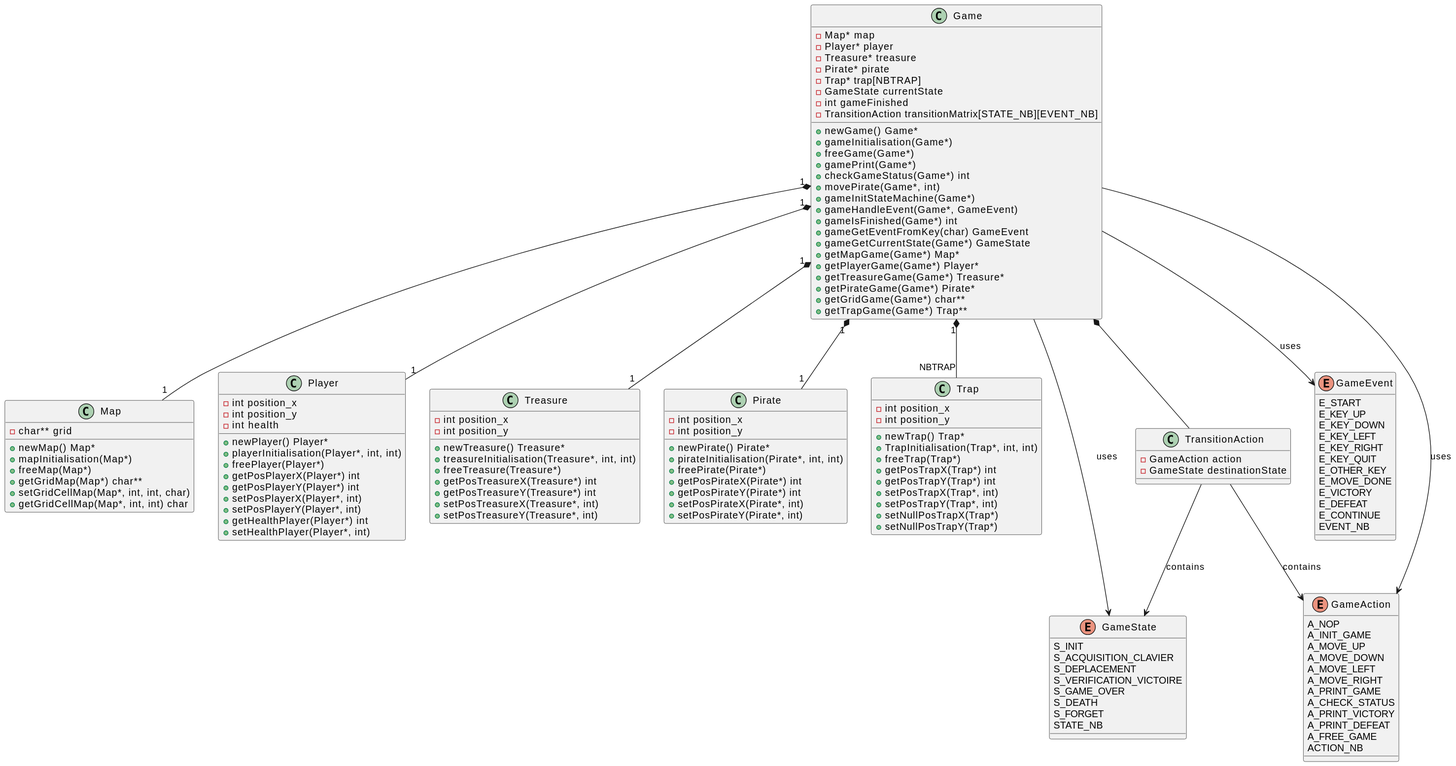
This is doc/html/diagramm_class.svg from Joysn4ke/ProjetCS8, a PlantUML export, as it was before one commit. Its diagram source:
```plantuml
@startuml
class Game {
  -Map* map
  -Player* player
  -Treasure* treasure
  -Pirate* pirate
  -Trap* trap[NBTRAP]
  -GameState currentState
  -int gameFinished
  -TransitionAction transitionMatrix[STATE_NB][EVENT_NB]
  +newGame() Game*
  +gameInitialisation(Game*)
  +freeGame(Game*)
  +gamePrint(Game*)
  +checkGameStatus(Game*) int
  +movePirate(Game*, int)
  +gameInitStateMachine(Game*)
  +gameHandleEvent(Game*, GameEvent)
  +gameIsFinished(Game*) int
  +gameGetEventFromKey(char) GameEvent
  +gameGetCurrentState(Game*) GameState
  +getMapGame(Game*) Map*
  +getPlayerGame(Game*) Player*
  +getTreasureGame(Game*) Treasure*
  +getPirateGame(Game*) Pirate*
  +getGridGame(Game*) char**
  +getTrapGame(Game*) Trap**
}

class Map {
  -char** grid
  +newMap() Map*
  +mapInitialisation(Map*)
  +freeMap(Map*)
  +getGridMap(Map*) char**
  +setGridCellMap(Map*, int, int, char)
  +getGridCellMap(Map*, int, int) char
}

class Player {
  -int position_x
  -int position_y
  -int health
  +newPlayer() Player*
  +playerInitialisation(Player*, int, int)
  +freePlayer(Player*)
  +getPosPlayerX(Player*) int
  +getPosPlayerY(Player*) int
  +setPosPlayerX(Player*, int)
  +setPosPlayerY(Player*, int)
  +getHealthPlayer(Player*) int
  +setHealthPlayer(Player*, int)
}

class Treasure {
  -int position_x
  -int position_y
  +newTreasure() Treasure*
  +treasureInitialisation(Treasure*, int, int)
  +freeTreasure(Treasure*)
  +getPosTreasureX(Treasure*) int
  +getPosTreasureY(Treasure*) int
  +setPosTreasureX(Treasure*, int)
  +setPosTreasureY(Treasure*, int)
}

class Pirate {
  -int position_x
  -int position_y
  +newPirate() Pirate*
  +pirateInitialisation(Pirate*, int, int)
  +freePirate(Pirate*)
  +getPosPirateX(Pirate*) int
  +getPosPirateY(Pirate*) int
  +setPosPirateX(Pirate*, int)
  +setPosPirateY(Pirate*, int)
}

class Trap {
  -int position_x
  -int position_y
  +newTrap() Trap*
  +TrapInitialisation(Trap*, int, int)
  +freeTrap(Trap*)
  +getPosTrapX(Trap*) int
  +getPosTrapY(Trap*) int
  +setPosTrapX(Trap*, int)
  +setPosTrapY(Trap*, int)
  +setNullPosTrapX(Trap*)
  +setNullPosTrapY(Trap*)
}

class TransitionAction {
  -GameAction action
  -GameState destinationState
}

enum GameState {
  S_INIT
  S_ACQUISITION_CLAVIER
  S_DEPLACEMENT
  S_VERIFICATION_VICTOIRE
  S_GAME_OVER
  S_DEATH
  S_FORGET
  STATE_NB
}

enum GameEvent {
  E_START
  E_KEY_UP
  E_KEY_DOWN
  E_KEY_LEFT
  E_KEY_RIGHT
  E_KEY_QUIT
  E_OTHER_KEY
  E_MOVE_DONE
  E_VICTORY
  E_DEFEAT
  E_CONTINUE
  EVENT_NB
}

enum GameAction {
  A_NOP
  A_INIT_GAME
  A_MOVE_UP
  A_MOVE_DOWN
  A_MOVE_LEFT
  A_MOVE_RIGHT
  A_PRINT_GAME
  A_CHECK_STATUS
  A_PRINT_VICTORY
  A_PRINT_DEFEAT
  A_FREE_GAME
  ACTION_NB
}

Game "1" *-- "1" Map
Game "1" *-- "1" Player
Game "1" *-- "1" Treasure
Game "1" *-- "1" Pirate
Game "1" *-- "NBTRAP" Trap
Game *-- TransitionAction

Game --> GameState : uses
Game --> GameEvent : uses
Game --> GameAction : uses
TransitionAction --> GameAction : contains
TransitionAction --> GameState : contains
@enduml
```
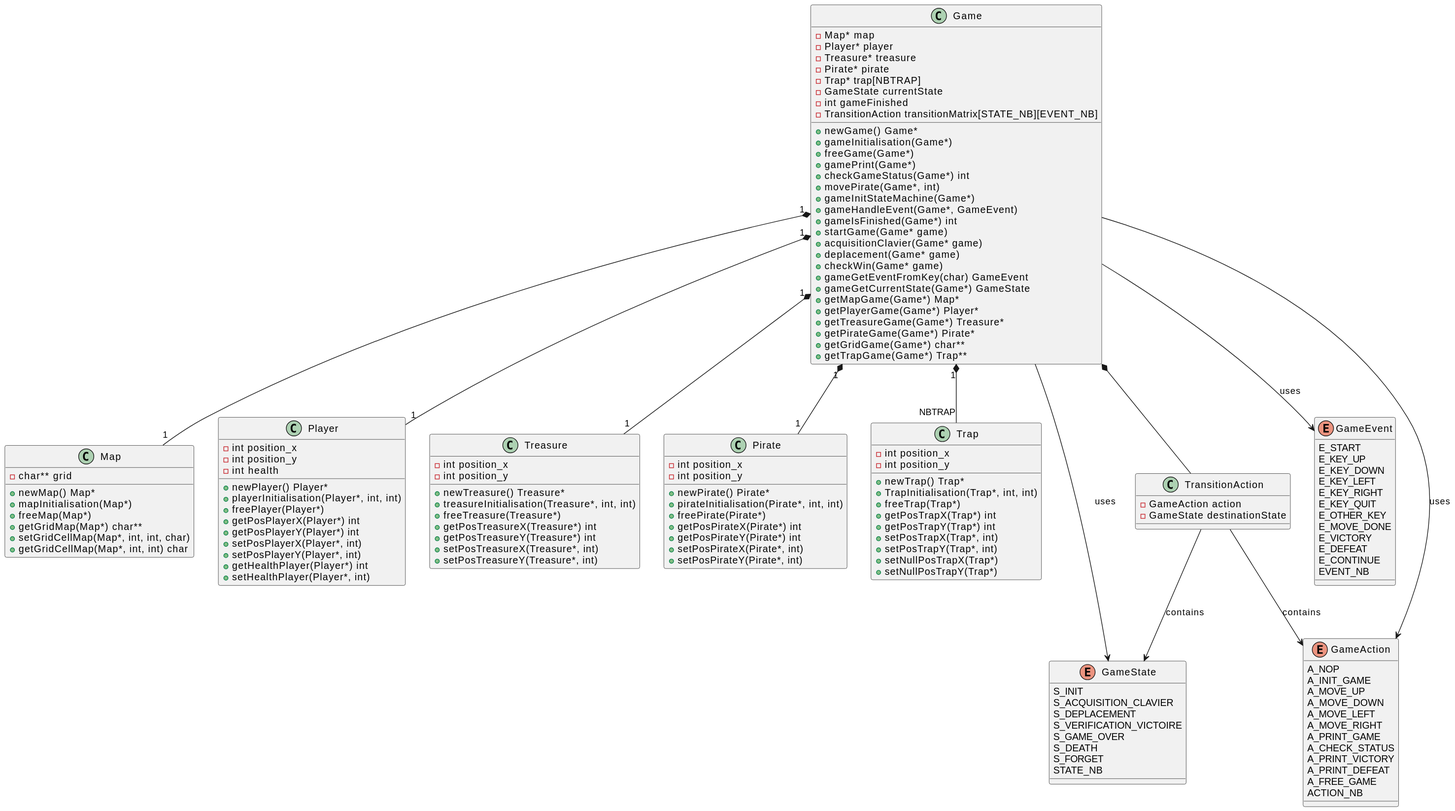
Later version of the same file.

Diff of the diagram source:
```diff
@@ -17,6 +17,10 @@
   +gameInitStateMachine(Game*)
   +gameHandleEvent(Game*, GameEvent)
   +gameIsFinished(Game*) int
+  +startGame(Game* game)
+  +acquisitionClavier(Game* game)
+  +deplacement(Game* game)
+  +checkWin(Game* game)
   +gameGetEventFromKey(char) GameEvent
   +gameGetCurrentState(Game*) GameState
   +getMapGame(Game*) Map*
```
